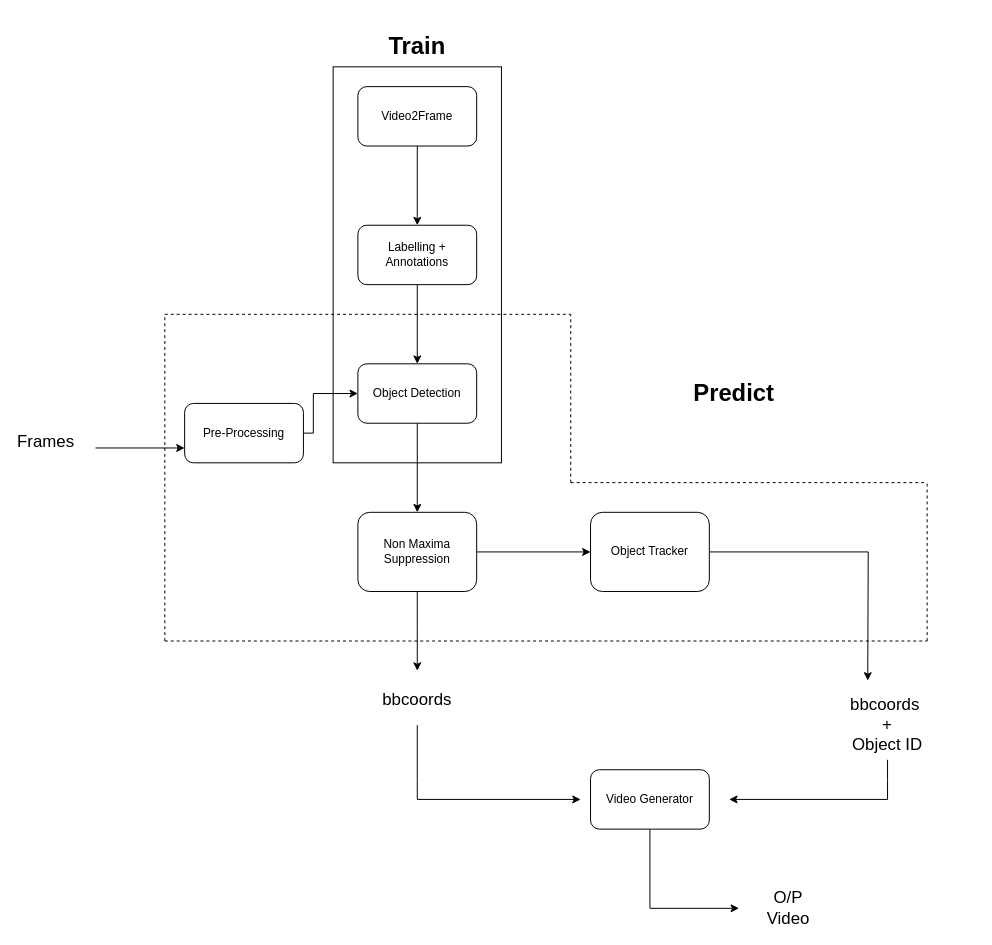
This is People Detection and Tracking.drawio from sirius0503/automobile_UCI, a draw.io file, before an edit. Source tidied: cells renumbered, new cells numbered last; positions are measured from the earlier drawing's top-left corner, leaving out a move shared by most shapes. Both pictures are drawn from the tidied source at 99%, with x=0, y=0 at pixel (26, 27).
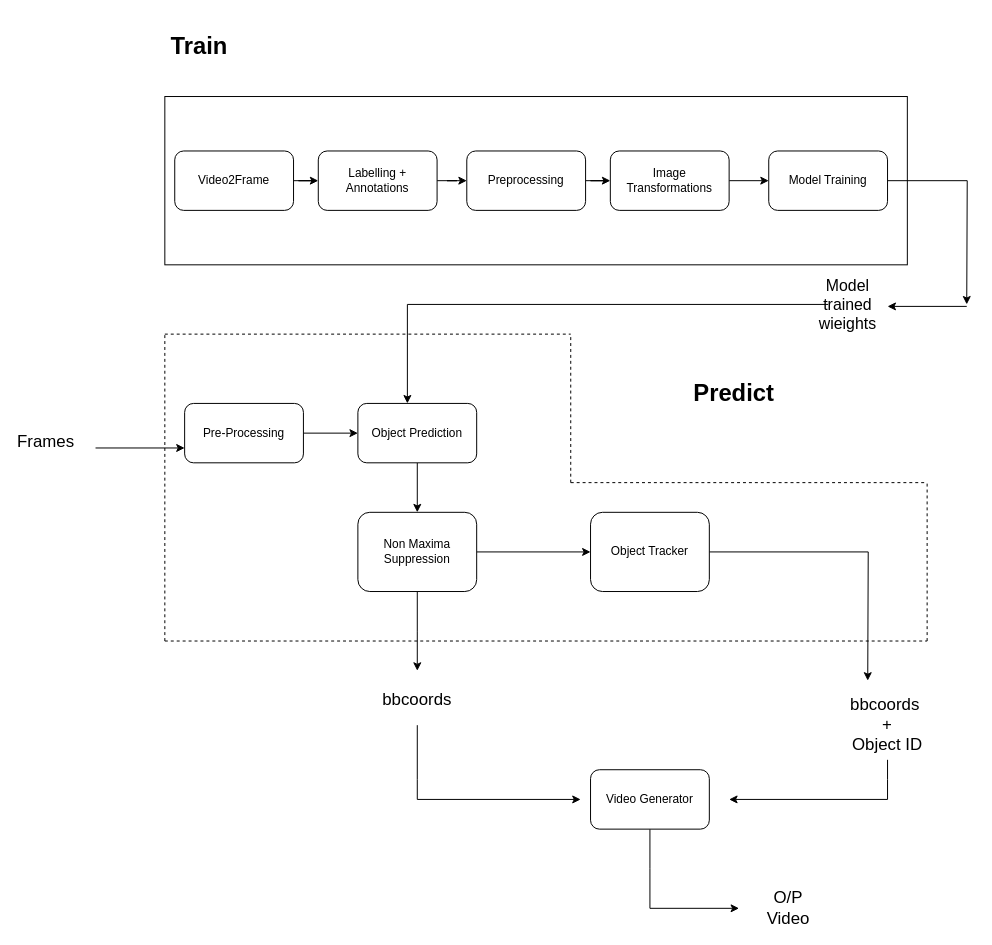
The same diagram, later.

The change refers to these unchanged cells:
```xml
<mxCell id="12" value="Non Maxima Suppression" style="rounded=1;whiteSpace=wrap;html=1;" parent="1" vertex="1">
  <mxGeometry x="335" y="490" width="120" height="80" as="geometry" />
</mxCell>
<mxCell id="30" value="Pre-Processing" style="rounded=1;whiteSpace=wrap;html=1;" parent="1" vertex="1">
  <mxGeometry x="160" y="380" width="120" height="60" as="geometry" />
</mxCell>
```

What changed in the source:
```diff
@@
-    <mxCell id="2" style="rounded=0;whiteSpace=wrap;html=1;" parent="1" vertex="1">
-      <mxGeometry x="310" y="40" width="170" height="400" as="geometry" />
+    <mxCell id="2" style="rounded=0;whiteSpace=wrap;html=1;direction=south;" parent="1" vertex="1">
+      <mxGeometry x="140" y="70" width="750" height="170" as="geometry" />
     </mxCell>
     <mxCell id="3" value="&lt;h1&gt;Train&lt;/h1&gt;&lt;p&gt;&lt;br&gt;&lt;/p&gt;" style="text;html=1;strokeColor=none;fillColor=none;spacing=5;spacingTop=-20;whiteSpace=wrap;overflow=hidden;rounded=0;align=center;" parent="1" vertex="1">
-      <mxGeometry x="310" width="170" height="50" as="geometry" />
+      <mxGeometry x="90" width="170" height="50" as="geometry" />
     </mxCell>
@@
     <mxCell id="5" value="Video2Frame" style="rounded=1;whiteSpace=wrap;html=1;" parent="1" vertex="1">
-      <mxGeometry x="335" y="60" width="120" height="60" as="geometry" />
+      <mxGeometry x="150" y="125" width="120" height="60" as="geometry" />
     </mxCell>
-    <mxCell id="6" style="edgeStyle=orthogonalEdgeStyle;rounded=0;jettySize=auto;html=1;" parent="1" edge="1" source="7" target="9">
-      <mxGeometry relative="1" as="geometry" />
-    </mxCell>
+    <mxCell id="33" style="edgeStyle=orthogonalEdgeStyle;rounded=0;jettySize=auto;html=1;" parent="1" edge="1" source="7" target="35">
+      <mxGeometry relative="1" as="geometry" />
+    </mxCell>
     <mxCell id="7" value="Labelling + Annotations" style="rounded=1;whiteSpace=wrap;html=1;" parent="1" vertex="1">
-      <mxGeometry x="335" y="200" width="120" height="60" as="geometry" />
+      <mxGeometry x="295" y="125" width="120" height="60" as="geometry" />
     </mxCell>
-    <mxCell id="8" style="edgeStyle=orthogonalEdgeStyle;rounded=0;jettySize=auto;html=1;" parent="1" edge="1" source="9" target="12">
-      <mxGeometry relative="1" as="geometry" />
-    </mxCell>
+    <mxCell id="34" style="edgeStyle=orthogonalEdgeStyle;rounded=0;jettySize=auto;html=1;" parent="1" edge="1" source="35" target="37">
+      <mxGeometry relative="1" as="geometry" />
+    </mxCell>
+    <mxCell id="35" value="Preprocessing" style="rounded=1;whiteSpace=wrap;html=1;" parent="1" vertex="1">
+      <mxGeometry x="445" y="125" width="120" height="60" as="geometry" />
+    </mxCell>
+    <mxCell id="36" style="edgeStyle=orthogonalEdgeStyle;rounded=0;jettySize=auto;html=1;" parent="1" edge="1" source="37" target="9">
+      <mxGeometry relative="1" as="geometry" />
+    </mxCell>
+    <mxCell id="37" value="Image Transformations" style="rounded=1;whiteSpace=wrap;html=1;" parent="1" vertex="1">
+      <mxGeometry x="590" y="125" width="120" height="60" as="geometry" />
+    </mxCell>
+    <mxCell id="38" style="edgeStyle=orthogonalEdgeStyle;rounded=0;jettySize=auto;html=1;" parent="1" edge="1" source="9">
+      <mxGeometry relative="1" as="geometry">
+        <mxPoint x="950" y="280" as="targetPoint" />
+      </mxGeometry>
+    </mxCell>
-    <mxCell id="9" value="Object Detection" style="rounded=1;whiteSpace=wrap;html=1;" parent="1" vertex="1">
-      <mxGeometry x="335" y="340" width="120" height="60" as="geometry" />
+    <mxCell id="9" value="Model Training" style="rounded=1;whiteSpace=wrap;html=1;" parent="1" vertex="1">
+      <mxGeometry x="750" y="125" width="120" height="60" as="geometry" />
     </mxCell>
@@
     <mxCell id="22" style="endArrow=none;dashed=1;html=1;" parent="1" edge="1">
       <mxGeometry relative="1" as="geometry">
         <mxPoint x="140" y="620" as="sourcePoint" />
-        <mxPoint x="140" y="290" as="targetPoint" />
+        <mxPoint x="140" y="310" as="targetPoint" />
       </mxGeometry>
     </mxCell>
@@
     <mxCell id="24" style="endArrow=none;dashed=1;html=1;" parent="1" edge="1">
       <mxGeometry relative="1" as="geometry">
-        <mxPoint x="140" y="290" as="sourcePoint" />
-        <mxPoint x="550" y="290" as="targetPoint" />
+        <mxPoint x="140" y="310" as="sourcePoint" />
+        <mxPoint x="550" y="310" as="targetPoint" />
       </mxGeometry>
     </mxCell>
     <mxCell id="25" style="endArrow=none;dashed=1;html=1;" parent="1" edge="1">
       <mxGeometry relative="1" as="geometry">
         <mxPoint x="550" y="460" as="sourcePoint" />
-        <mxPoint x="550" y="290" as="targetPoint" />
+        <mxPoint x="550" y="310" as="targetPoint" />
       </mxGeometry>
     </mxCell>
@@
-    <mxCell id="29" style="edgeStyle=orthogonalEdgeStyle;rounded=0;jettySize=auto;html=1;entryX=0;entryY=0.5;entryDx=0;entryDy=0;" parent="1" edge="1" source="30" target="9">
-      <mxGeometry relative="1" as="geometry">
-        <Array as="points">
-          <mxPoint x="290" y="410" />
-          <mxPoint x="290" y="370" />
-        </Array>
-      </mxGeometry>
-    </mxCell>
+    <mxCell id="39" style="edgeStyle=orthogonalEdgeStyle;rounded=0;jettySize=auto;html=1;" parent="1" edge="1" source="30" target="41">
+      <mxGeometry relative="1" as="geometry" />
+    </mxCell>
@@
+    <mxCell id="40" style="edgeStyle=orthogonalEdgeStyle;rounded=0;jettySize=auto;html=1;" parent="1" edge="1" source="41" target="12">
+      <mxGeometry relative="1" as="geometry" />
+    </mxCell>
+    <mxCell id="41" value="Object Prediction" style="rounded=1;whiteSpace=wrap;html=1;" parent="1" vertex="1">
+      <mxGeometry x="335" y="380" width="120" height="60" as="geometry" />
+    </mxCell>
+    <mxCell id="42" style="edgeStyle=orthogonalEdgeStyle;rounded=0;jettySize=auto;html=1;" parent="1" edge="1" source="43" target="41">
+      <mxGeometry relative="1" as="geometry">
+        <Array as="points">
+          <mxPoint x="385" y="320" />
+          <mxPoint x="385" y="320" />
+        </Array>
+      </mxGeometry>
+    </mxCell>
+    <mxCell id="43" value="&lt;font style=&quot;font-size: 16px&quot;&gt;Model trained wieights&lt;/font&gt;" style="text;html=1;strokeColor=none;fillColor=none;align=center;verticalAlign=middle;whiteSpace=wrap;rounded=0;" parent="1" vertex="1">
+      <mxGeometry x="810" y="270" width="40" height="20" as="geometry" />
+    </mxCell>
+    <mxCell id="44" style="endArrow=classic;html=1;" parent="1" edge="1">
+      <mxGeometry relative="1" as="geometry">
+        <mxPoint x="950" y="282" as="sourcePoint" />
+        <mxPoint x="870" y="282" as="targetPoint" />
+      </mxGeometry>
+    </mxCell>
```
